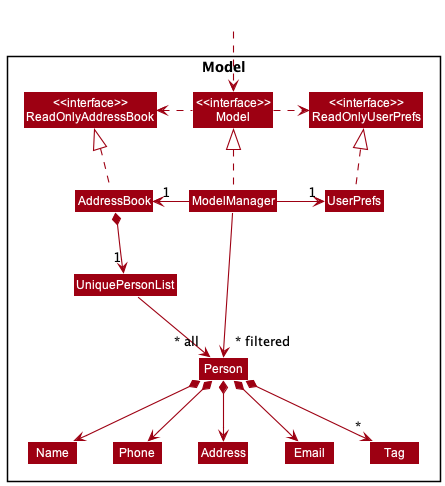
nus-cs2103-AY2223S1/tp keeps this PlantUML diagram as docs/images/ModelClassDiagram.png. Above is the earlier version.
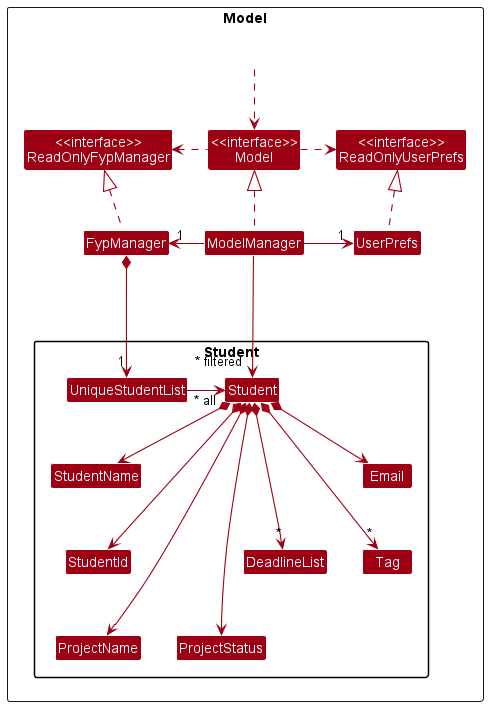
After the commit.

What changed in the source:
```diff
@@ -5,46 +5,52 @@
 skinparam classBackgroundColor MODEL_COLOR
 
 Package Model <<Rectangle>>{
-Class "<<interface>>\nReadOnlyAddressBook" as ReadOnlyAddressBook
+Class "<<interface>>\nReadOnlyFypManager" as ReadOnlyFypManager
 Class "<<interface>>\nReadOnlyUserPrefs" as ReadOnlyUserPrefs
 Class "<<interface>>\nModel" as Model
-Class AddressBook
+Class FypManager
 Class ModelManager
 Class UserPrefs
-
-Class UniquePersonList
-Class Person
-Class Address
-Class Email
-Class Name
-Class Phone
-Class Tag
-
-}
 
 Class HiddenOutside #FFFFFF
 HiddenOutside ..> Model
 
-AddressBook .up.|> ReadOnlyAddressBook
+FypManager .up.|> ReadOnlyFypManager
 
 ModelManager .up.|> Model
 Model .right.> ReadOnlyUserPrefs
-Model .left.> ReadOnlyAddressBook
-ModelManager -left-> "1" AddressBook
+Model .left.> ReadOnlyFypManager
+ModelManager -left-> "1" FypManager
 ModelManager -right-> "1" UserPrefs
 UserPrefs .up.|> ReadOnlyUserPrefs
 
-AddressBook *--> "1" UniquePersonList
-UniquePersonList --> "~* all" Person
-Person *--> Name
-Person *--> Phone
-Person *--> Email
-Person *--> Address
-Person *--> "*" Tag
+Package Student {
+    Class UniqueStudentList
+    Class Student
+    Class DeadlineList
+    Class Email
+    Class ProjectName
+    Class ProjectStatus
+    Class StudentId
+    Class StudentName
+    Class Tag
 
-Name -[hidden]right-> Phone
-Phone -[hidden]right-> Address
-Address -[hidden]right-> Email
+    FypManager *--> "1" UniqueStudentList
+    UniqueStudentList -right->"~* all" Student
+    Student *--> StudentName
+    Student *---> StudentId
+    Student *--> Email
+    Student *----> ProjectName
+    Student *--> ProjectStatus
+    Student *---> "*" DeadlineList
+    Student *--> "*" Tag
 
-ModelManager -->"~* filtered" Person
+    StudentName -[hidden]right-> StudentId
+    StudentId -[hidden]right-> ProjectName
+    ProjectName -[hidden]right-> ProjectStatus
+    DeadlineList -[hidden]right-> Tag
+
+    ModelManager --->"~* filtered" Student
+}
+}
 @enduml
```
